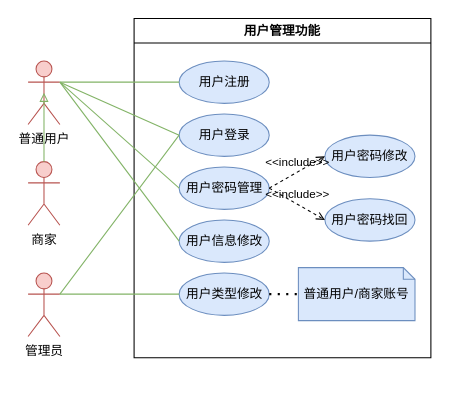
Above: 海洋生物百科/用例图/用户管理功能.drawio in Running-Turtle1/Graph (draw.io), before the change. Source tidied: cells renumbered, new cells numbered last; positions are measured from the earlier drawing's top-left corner, leaving out a move shared by most shapes. Both pictures are drawn from the tidied source at 106%, with x=0, y=0 at pixel (28, 18).
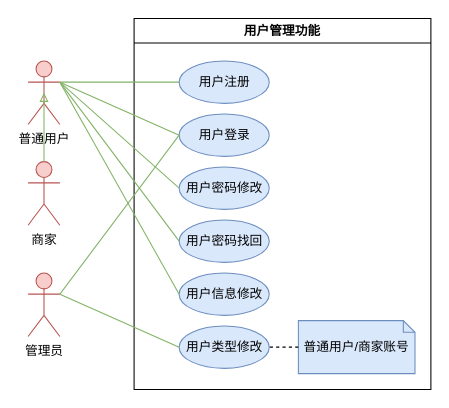
The same page after the edit.

Commit message:
更新用户管理功能.drawio

Unchanged cells that the change refers to:
```xml
<mxCell id="14" value="普通用户" style="shape=umlActor;verticalLabelPosition=bottom;verticalAlign=top;html=1;fillColor=#f8cecc;strokeColor=#b85450;" parent="1" vertex="1">
  <mxGeometry y="40" width="30" height="60" as="geometry" />
</mxCell>
```

What changed in the source:
```diff
@@
     <mxCell id="2" value="用户管理功能" style="swimlane;whiteSpace=wrap;html=1;" parent="1" vertex="1">
-      <mxGeometry x="100" width="280" height="320" as="geometry" />
+      <mxGeometry x="100" width="280" height="350" as="geometry" />
     </mxCell>
@@
-    <mxCell id="5" value="用户密码管理" style="ellipse;whiteSpace=wrap;html=1;fillColor=#dae8fc;strokeColor=#6c8ebf;" parent="2" vertex="1">
-      <mxGeometry x="42.5" y="140" width="85" height="40" as="geometry" />
-    </mxCell>
     <mxCell id="6" value="用户信息修改" style="ellipse;whiteSpace=wrap;html=1;fillColor=#dae8fc;strokeColor=#6c8ebf;" parent="2" vertex="1">
-      <mxGeometry x="42.5" y="190" width="85" height="40" as="geometry" />
+      <mxGeometry x="42.5" y="240" width="85" height="40" as="geometry" />
     </mxCell>
     <mxCell id="7" value="用户类型修改" style="ellipse;whiteSpace=wrap;html=1;fillColor=#dae8fc;strokeColor=#6c8ebf;" parent="2" vertex="1">
-      <mxGeometry x="42.5" y="240" width="85" height="40" as="geometry" />
+      <mxGeometry x="42.5" y="290" width="85" height="40" as="geometry" />
     </mxCell>
     <mxCell id="8" value="用户密码修改" style="ellipse;whiteSpace=wrap;html=1;fillColor=#dae8fc;strokeColor=#6c8ebf;" parent="2" vertex="1">
-      <mxGeometry x="180" y="110" width="85" height="40" as="geometry" />
+      <mxGeometry x="42.5" y="140" width="85" height="40" as="geometry" />
     </mxCell>
     <mxCell id="9" value="用户密码找回" style="ellipse;whiteSpace=wrap;html=1;fillColor=#dae8fc;strokeColor=#6c8ebf;" parent="2" vertex="1">
-      <mxGeometry x="180" y="170" width="85" height="40" as="geometry" />
+      <mxGeometry x="42.5" y="190" width="85" height="40" as="geometry" />
     </mxCell>
-    <mxCell id="10" value="&amp;lt;&amp;lt;include&amp;gt;&amp;gt;" style="html=1;verticalAlign=bottom;labelBackgroundColor=none;endArrow=open;endFill=0;dashed=1;rounded=0;exitX=1;exitY=0.5;exitDx=0;exitDy=0;entryX=0;entryY=0.5;entryDx=0;entryDy=0;" parent="2" edge="1" source="5" target="8">
-      <mxGeometry relative="1" as="geometry" />
-    </mxCell>
-    <mxCell id="11" value="&amp;lt;&amp;lt;include&amp;gt;&amp;gt;" style="html=1;verticalAlign=bottom;labelBackgroundColor=none;endArrow=open;endFill=0;dashed=1;rounded=0;exitX=1;exitY=0.5;exitDx=0;exitDy=0;entryX=0;entryY=0.5;entryDx=0;entryDy=0;" parent="2" edge="1" source="5" target="9">
-      <mxGeometry relative="1" as="geometry" />
-    </mxCell>
     <mxCell id="12" value="普通用户/商家账号" style="shape=note2;boundedLbl=1;whiteSpace=wrap;html=1;size=11;verticalAlign=top;align=center;fillColor=#dae8fc;strokeColor=#6c8ebf;" parent="2" vertex="1">
-      <mxGeometry x="155" y="235" width="110" height="50" as="geometry" />
+      <mxGeometry x="155" y="285" width="110" height="50" as="geometry" />
     </mxCell>
-    <mxCell id="13" style="endArrow=none;dashed=1;html=1;dashPattern=1 3;strokeWidth=2;rounded=0;exitX=1;exitY=0.5;exitDx=0;exitDy=0;entryX=0;entryY=0.5;entryDx=0;entryDy=0;entryPerimeter=0;" parent="2" edge="1" source="7" target="12">
-      <mxGeometry relative="1" as="geometry" />
-    </mxCell>
+    <mxCell id="24" style="endArrow=none;dashed=1;html=1;rounded=0;entryX=1;entryY=0.5;entryDx=0;entryDy=0;exitX=0;exitY=0.5;exitDx=0;exitDy=0;exitPerimeter=0;" parent="2" edge="1" source="12" target="7">
+      <mxGeometry relative="1" as="geometry" />
+    </mxCell>
@@
-    <mxCell id="21" style="endArrow=none;html=1;rounded=0;fillColor=#d5e8d4;strokeColor=#82b366;exitX=0;exitY=0.5;exitDx=0;exitDy=0;entryX=1;entryY=0.3333333333333333;entryDx=0;entryDy=0;entryPerimeter=0;" parent="1" edge="1" source="5" target="14">
-      <mxGeometry relative="1" as="geometry" />
-    </mxCell>
@@
+    <mxCell id="25" style="endArrow=none;html=1;rounded=0;fillColor=#d5e8d4;strokeColor=#82b366;exitX=0;exitY=0.5;exitDx=0;exitDy=0;entryX=1;entryY=0.3333333333333333;entryDx=0;entryDy=0;entryPerimeter=0;" parent="1" edge="1" source="9" target="14">
+      <mxGeometry relative="1" as="geometry" />
+    </mxCell>
+    <mxCell id="26" style="endArrow=none;html=1;rounded=0;fillColor=#d5e8d4;strokeColor=#82b366;exitX=0;exitY=0.5;exitDx=0;exitDy=0;entryX=1;entryY=0.3333333333333333;entryDx=0;entryDy=0;entryPerimeter=0;" parent="1" edge="1" source="8" target="14">
+      <mxGeometry relative="1" as="geometry" />
+    </mxCell>
```
